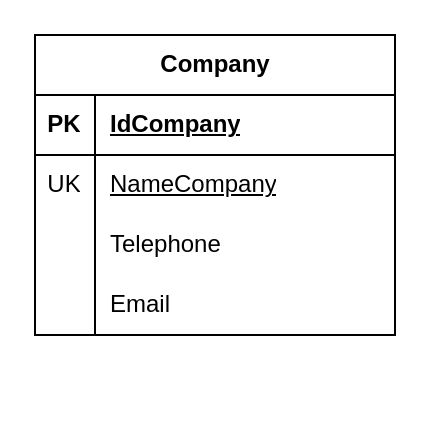
Earlier version of the draw.io diagram GestActives.drawio (JorgeJGR/GestActives). Source tidied: cells renumbered, new cells numbered last; positions are measured from the earlier drawing's top-left corner, leaving out a move shared by most shapes. Both pictures are drawn from the tidied source at 200%, with x=0, y=0 at pixel (34, 34).
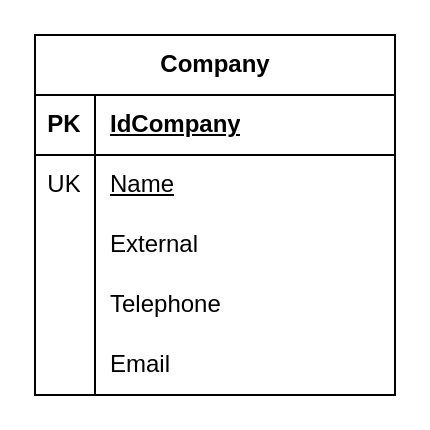
After the change.

What changed in the source:
```diff
@@
 <mxGraphModel>
   <root>
     <mxCell id="0" />
     <mxCell id="1" parent="0" />
     <mxCell id="2" value="Company" style="shape=table;startSize=30;childLayout=tableLayout;rowLines=0;fontStyle=1;align=center;html=1;" parent="1" vertex="1">
-      <mxGeometry width="180" height="150" as="geometry" />
+      <mxGeometry width="180" height="180" as="geometry" />
     </mxCell>
     <mxCell id="3" style="shape=tableRow;horizontal=0;startSize=0;swimlaneHead=0;swimlaneBody=0;fillColor=none;top=0;left=0;right=0;bottom=1;" parent="2" vertex="1">
       <mxGeometry y="30" width="180" height="30" as="geometry" />
     </mxCell>
     <mxCell id="4" value="PK" style="shape=partialRectangle;fillColor=none;top=0;left=0;bottom=0;right=0;fontStyle=1;overflow=hidden;whiteSpace=wrap;html=1;" parent="3" vertex="1">
       <mxGeometry width="30" height="30" as="geometry" />
     </mxCell>
     <mxCell id="5" value="IdCompany" style="shape=partialRectangle;fillColor=none;top=0;left=0;bottom=0;right=0;align=left;spacingLeft=6;fontStyle=5;overflow=hidden;whiteSpace=wrap;html=1;" parent="3" vertex="1">
       <mxGeometry x="30" width="150" height="30" as="geometry" />
     </mxCell>
     <mxCell id="6" style="shape=tableRow;horizontal=0;startSize=0;swimlaneHead=0;swimlaneBody=0;fillColor=none;top=0;left=0;right=0;bottom=0;" parent="2" vertex="1">
       <mxGeometry y="60" width="180" height="30" as="geometry" />
     </mxCell>
     <mxCell id="7" value="UK" style="shape=partialRectangle;fillColor=none;top=0;left=0;bottom=0;right=0;overflow=hidden;whiteSpace=wrap;html=1;" parent="6" vertex="1">
       <mxGeometry width="30" height="30" as="geometry" />
     </mxCell>
-    <mxCell id="8" value="&lt;u&gt;NameCompany&lt;/u&gt;" style="shape=partialRectangle;fillColor=none;top=0;left=0;bottom=0;right=0;align=left;spacingLeft=6;overflow=hidden;whiteSpace=wrap;html=1;" parent="6" vertex="1">
+    <mxCell id="8" value="&lt;u&gt;Name&lt;/u&gt;" style="shape=partialRectangle;fillColor=none;top=0;left=0;bottom=0;right=0;align=left;spacingLeft=6;overflow=hidden;whiteSpace=wrap;html=1;" parent="6" vertex="1">
       <mxGeometry x="30" width="150" height="30" as="geometry" />
     </mxCell>
+    <mxCell id="15" style="shape=tableRow;horizontal=0;startSize=0;swimlaneHead=0;swimlaneBody=0;fillColor=none;top=0;left=0;right=0;bottom=0;" parent="2" vertex="1">
+      <mxGeometry y="90" width="180" height="30" as="geometry" />
+    </mxCell>
+    <mxCell id="16" style="shape=partialRectangle;fillColor=none;top=0;left=0;bottom=0;right=0;overflow=hidden;whiteSpace=wrap;html=1;" parent="15" vertex="1">
+      <mxGeometry width="30" height="30" as="geometry" />
+    </mxCell>
+    <mxCell id="17" value="External" style="shape=partialRectangle;fillColor=none;top=0;left=0;bottom=0;right=0;align=left;spacingLeft=6;overflow=hidden;whiteSpace=wrap;html=1;" parent="15" vertex="1">
+      <mxGeometry x="30" width="150" height="30" as="geometry" />
+    </mxCell>
     <mxCell id="9" style="shape=tableRow;horizontal=0;startSize=0;swimlaneHead=0;swimlaneBody=0;fillColor=none;top=0;left=0;right=0;bottom=0;" parent="2" vertex="1">
-      <mxGeometry y="90" width="180" height="30" as="geometry" />
+      <mxGeometry y="120" width="180" height="30" as="geometry" />
     </mxCell>
     <mxCell id="10" style="shape=partialRectangle;fillColor=none;top=0;left=0;bottom=0;right=0;overflow=hidden;whiteSpace=wrap;html=1;" parent="9" vertex="1">
       <mxGeometry width="30" height="30" as="geometry" />
     </mxCell>
     <mxCell id="11" value="Telephone" style="shape=partialRectangle;fillColor=none;top=0;left=0;bottom=0;right=0;align=left;spacingLeft=6;overflow=hidden;whiteSpace=wrap;html=1;" parent="9" vertex="1">
       <mxGeometry x="30" width="150" height="30" as="geometry" />
     </mxCell>
     <mxCell id="12" style="shape=tableRow;horizontal=0;startSize=0;swimlaneHead=0;swimlaneBody=0;fillColor=none;top=0;left=0;right=0;bottom=0;" parent="2" vertex="1">
-      <mxGeometry y="120" width="180" height="30" as="geometry" />
+      <mxGeometry y="150" width="180" height="30" as="geometry" />
     </mxCell>
     <mxCell id="13" style="shape=partialRectangle;fillColor=none;top=0;left=0;bottom=0;right=0;overflow=hidden;whiteSpace=wrap;html=1;" parent="12" vertex="1">
       <mxGeometry width="30" height="30" as="geometry" />
     </mxCell>
     <mxCell id="14" value="Email" style="shape=partialRectangle;fillColor=none;top=0;left=0;bottom=0;right=0;align=left;spacingLeft=6;overflow=hidden;whiteSpace=wrap;html=1;" parent="12" vertex="1">
       <mxGeometry x="30" width="150" height="30" as="geometry" />
     </mxCell>
   </root>
 </mxGraphModel>
```
